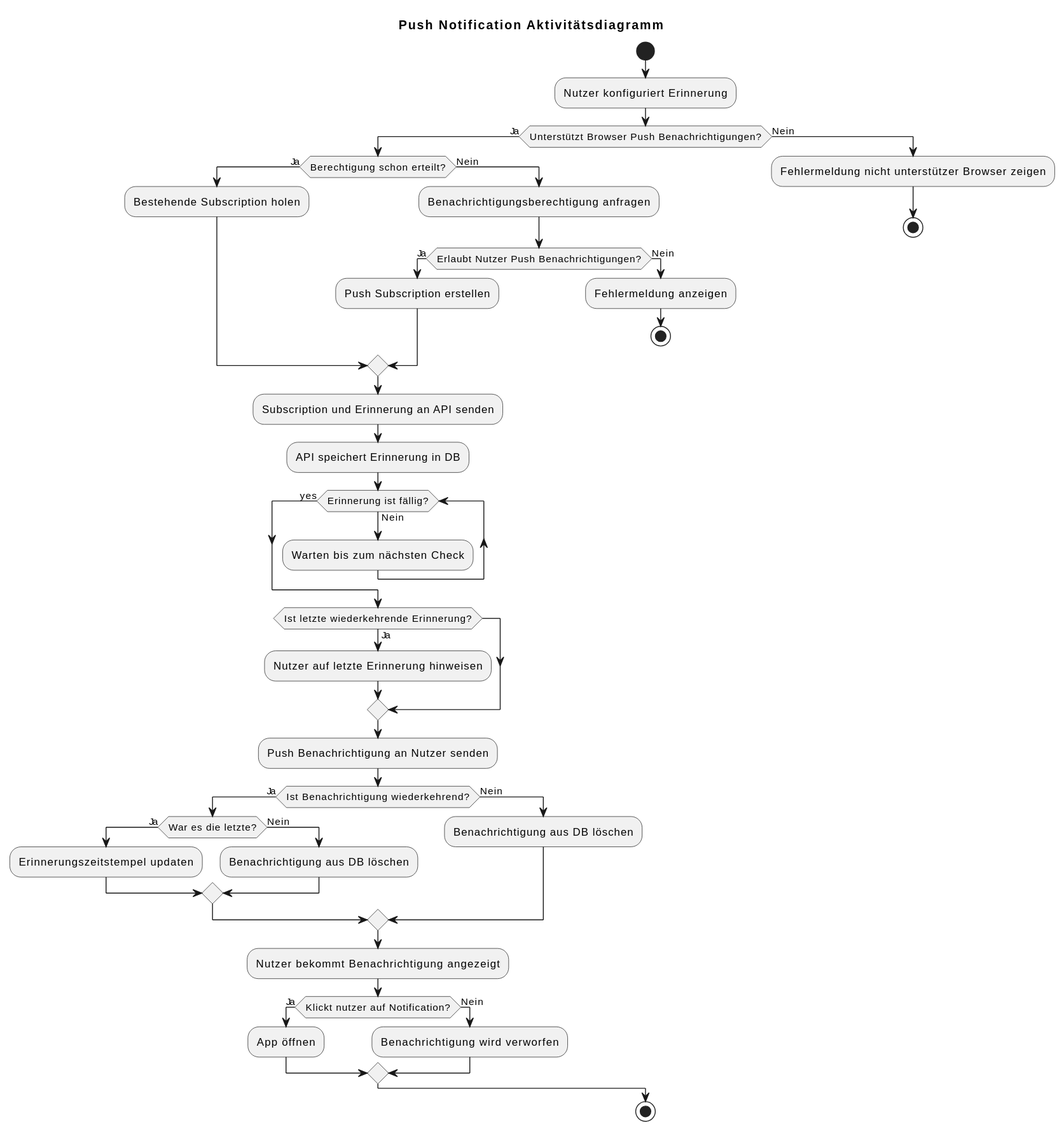
CeVauDe/suurteigrechner keeps this PlantUML diagram as docs/diagrams/notifications-activity.svg. Above is the earlier version.
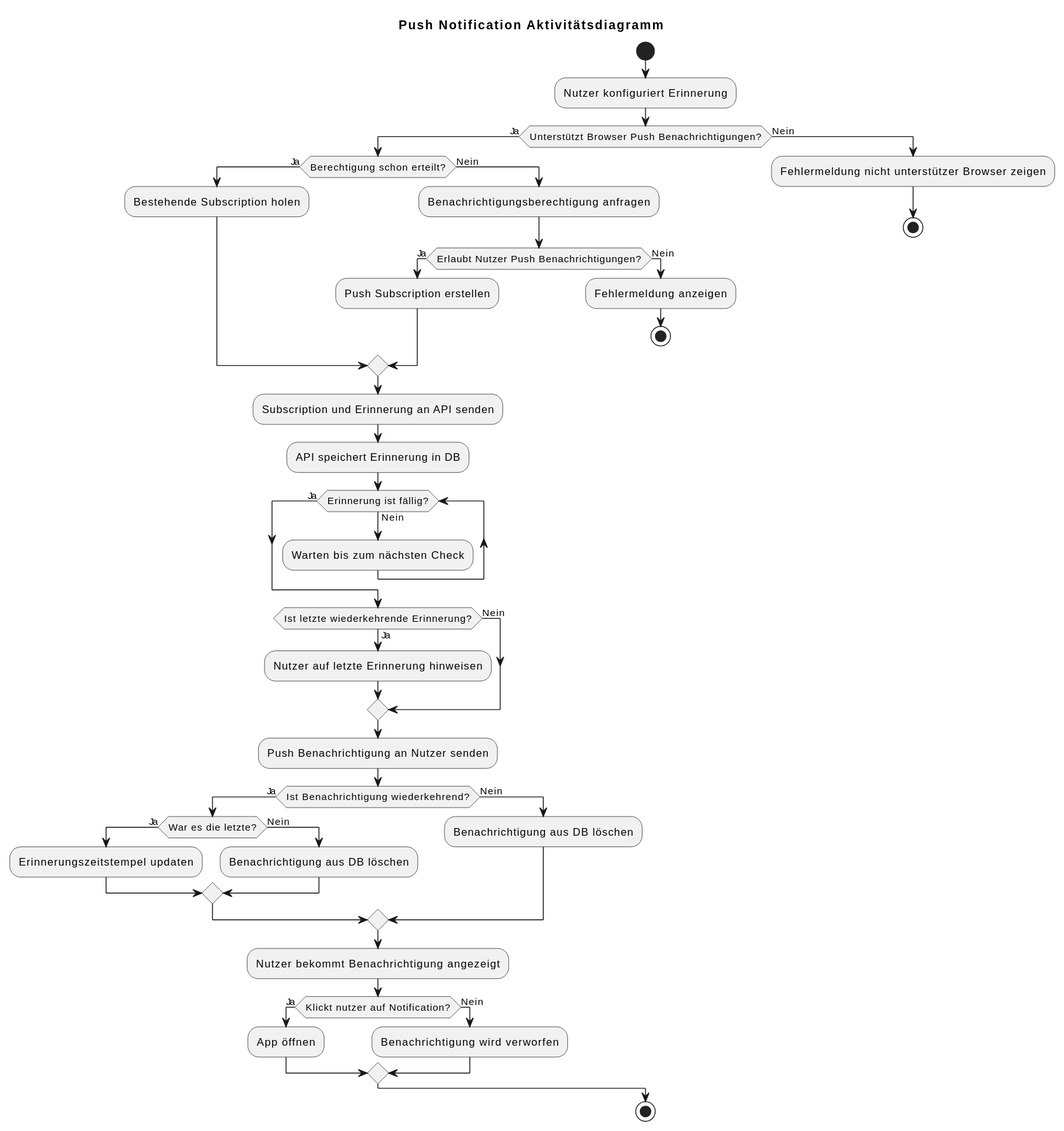
Later version of the same file.

What changed in the source:
```diff
@@ -24,10 +24,11 @@
 
   while (Erinnerung ist fällig?) is (Nein)
     :Warten bis zum nächsten Check;
-  endwhile (yes)
+  endwhile (Ja)
 
   if (Ist letzte wiederkehrende Erinnerung?) then (Ja)
     :Nutzer auf letzte Erinnerung hinweisen;
+  else (Nein)
   endif
 
   :Push Benachrichtigung an Nutzer senden;
```
